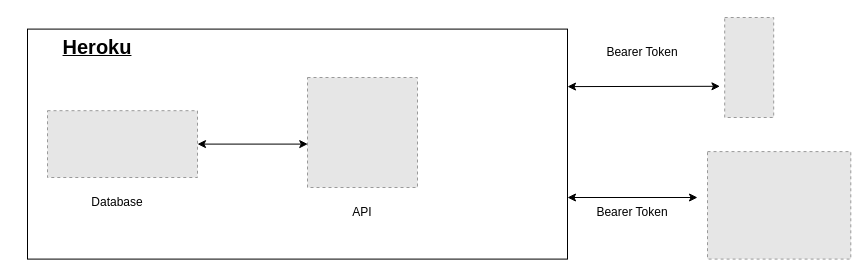
Above: WISH.drawio in jofan-cah/wish-api (draw.io), before the change. Source tidied: cells renumbered, new cells numbered last; positions are measured from the earlier drawing's top-left corner, leaving out a move shared by most shapes. Both pictures are drawn from the tidied source at 100%, with x=0, y=0 at pixel (17, 17). Pictures stored in the file or linked from it are replaced by grey dashed boxes.
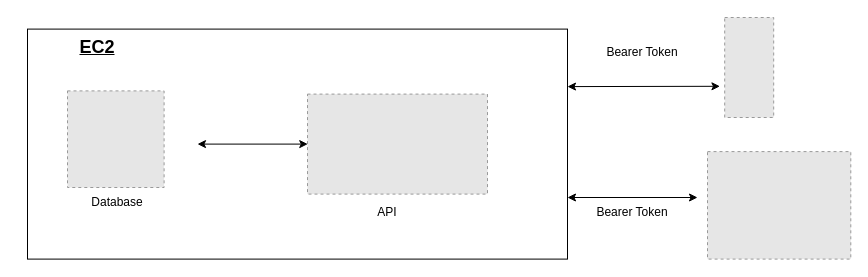
After the change.

The edit, as a diff of the source:
```diff
@@
 <mxGraphModel>
   <root>
     <mxCell id="0" />
     <mxCell id="1" parent="0" />
     <mxCell id="2" style="rounded=0;whiteSpace=wrap;html=1;" parent="1" vertex="1">
       <mxGeometry x="10" y="11.6" width="540" height="230" as="geometry" />
     </mxCell>
     <mxCell id="3" style="fillColor=#E6E6E6;strokeColor=#999999;dashed=1;verticalLabelPosition=bottom;labelBackgroundColor=default;verticalAlign=top;" parent="1" vertex="1">
       <mxGeometry x="707.2" width="49" height="100" as="geometry" />
     </mxCell>
     <mxCell id="4" style="fillColor=#E6E6E6;strokeColor=#999999;dashed=1;verticalLabelPosition=bottom;labelBackgroundColor=default;verticalAlign=top;" parent="1" vertex="1">
       <mxGeometry x="690" y="134.1" width="143.3" height="107.5" as="geometry" />
     </mxCell>
-    <mxCell id="5" style="fillColor=#E6E6E6;strokeColor=#999999;dashed=1;verticalLabelPosition=bottom;labelBackgroundColor=default;verticalAlign=top;" parent="1" vertex="1">
-      <mxGeometry x="290" y="60" width="110" height="110" as="geometry" />
-    </mxCell>
-    <mxCell id="6" style="fillColor=#E6E6E6;strokeColor=#999999;dashed=1;verticalLabelPosition=bottom;labelBackgroundColor=default;verticalAlign=top;" parent="1" vertex="1">
-      <mxGeometry x="30" y="93.2" width="150" height="66.8" as="geometry" />
-    </mxCell>
-    <mxCell id="7" value="&lt;h2&gt;&lt;u&gt;&lt;font style=&quot;font-size: 20px;&quot;&gt;Heroku&lt;/font&gt;&lt;/u&gt;&lt;/h2&gt;" style="text;html=1;strokeColor=none;fillColor=none;align=center;verticalAlign=middle;whiteSpace=wrap;rounded=0;strokeWidth=8;" parent="1" vertex="1">
+    <mxCell id="7" value="&lt;h2&gt;&lt;u&gt;EC2&lt;/u&gt;&lt;/h2&gt;" style="text;html=1;strokeColor=none;fillColor=none;align=center;verticalAlign=middle;whiteSpace=wrap;rounded=0;strokeWidth=8;" parent="1" vertex="1">
       <mxGeometry y="10" width="160" height="40" as="geometry" />
     </mxCell>
     <mxCell id="8" value="API" style="text;html=1;strokeColor=none;fillColor=none;align=center;verticalAlign=middle;whiteSpace=wrap;rounded=0;" parent="1" vertex="1">
-      <mxGeometry x="315" y="180" width="60" height="30" as="geometry" />
+      <mxGeometry x="340" y="180" width="60" height="30" as="geometry" />
     </mxCell>
     <mxCell id="9" value="Database" style="text;html=1;strokeColor=none;fillColor=none;align=center;verticalAlign=middle;whiteSpace=wrap;rounded=0;" parent="1" vertex="1">
       <mxGeometry x="70" y="170" width="60" height="30" as="geometry" />
     </mxCell>
     <mxCell id="10" value="Bearer Token" style="text;html=1;strokeColor=none;fillColor=none;align=center;verticalAlign=middle;whiteSpace=wrap;rounded=0;" parent="1" vertex="1">
       <mxGeometry x="570" y="180" width="90" height="30" as="geometry" />
     </mxCell>
     <mxCell id="11" value="Bearer Token" style="text;html=1;strokeColor=none;fillColor=none;align=center;verticalAlign=middle;whiteSpace=wrap;rounded=0;" parent="1" vertex="1">
       <mxGeometry x="580" y="20" width="90" height="30" as="geometry" />
     </mxCell>
     <mxCell id="12" style="endArrow=classic;startArrow=classic;html=1;rounded=0;entryX=1;entryY=0.25;entryDx=0;entryDy=0;exitX=-0.097;exitY=0.688;exitDx=0;exitDy=0;exitPerimeter=0;" parent="1" edge="1" source="3" target="2">
       <mxGeometry relative="1" as="geometry" />
     </mxCell>
     <mxCell id="13" style="endArrow=classic;startArrow=classic;html=1;rounded=0;" parent="1" edge="1">
       <mxGeometry relative="1" as="geometry">
         <mxPoint x="550" y="180" as="sourcePoint" />
         <mxPoint x="680" y="180" as="targetPoint" />
       </mxGeometry>
     </mxCell>
-    <mxCell id="14" style="endArrow=classic;startArrow=classic;html=1;rounded=0;exitX=1;exitY=0.5;exitDx=0;exitDy=0;entryX=0.519;entryY=0.5;entryDx=0;entryDy=0;entryPerimeter=0;" parent="1" edge="1" source="6" target="2">
-      <mxGeometry relative="1" as="geometry" />
+    <mxCell id="14" style="endArrow=classic;startArrow=classic;html=1;rounded=0;exitX=1;exitY=0.5;exitDx=0;exitDy=0;entryX=0.519;entryY=0.5;entryDx=0;entryDy=0;entryPerimeter=0;" parent="1" edge="1" target="2">
+      <mxGeometry relative="1" as="geometry">
+        <mxPoint x="180" y="126.6" as="sourcePoint" />
+      </mxGeometry>
     </mxCell>
+    <mxCell id="15" style="fillColor=#E6E6E6;strokeColor=#999999;dashed=1;verticalLabelPosition=bottom;labelBackgroundColor=default;verticalAlign=top;" parent="1" vertex="1">
+      <mxGeometry x="290" y="76.6" width="180" height="100" as="geometry" />
+    </mxCell>
+    <mxCell id="16" style="fillColor=#E6E6E6;strokeColor=#999999;dashed=1;verticalLabelPosition=bottom;labelBackgroundColor=default;verticalAlign=top;" parent="1" vertex="1">
+      <mxGeometry x="50" y="73.4" width="96.6" height="96.6" as="geometry" />
+    </mxCell>
   </root>
 </mxGraphModel>
```
